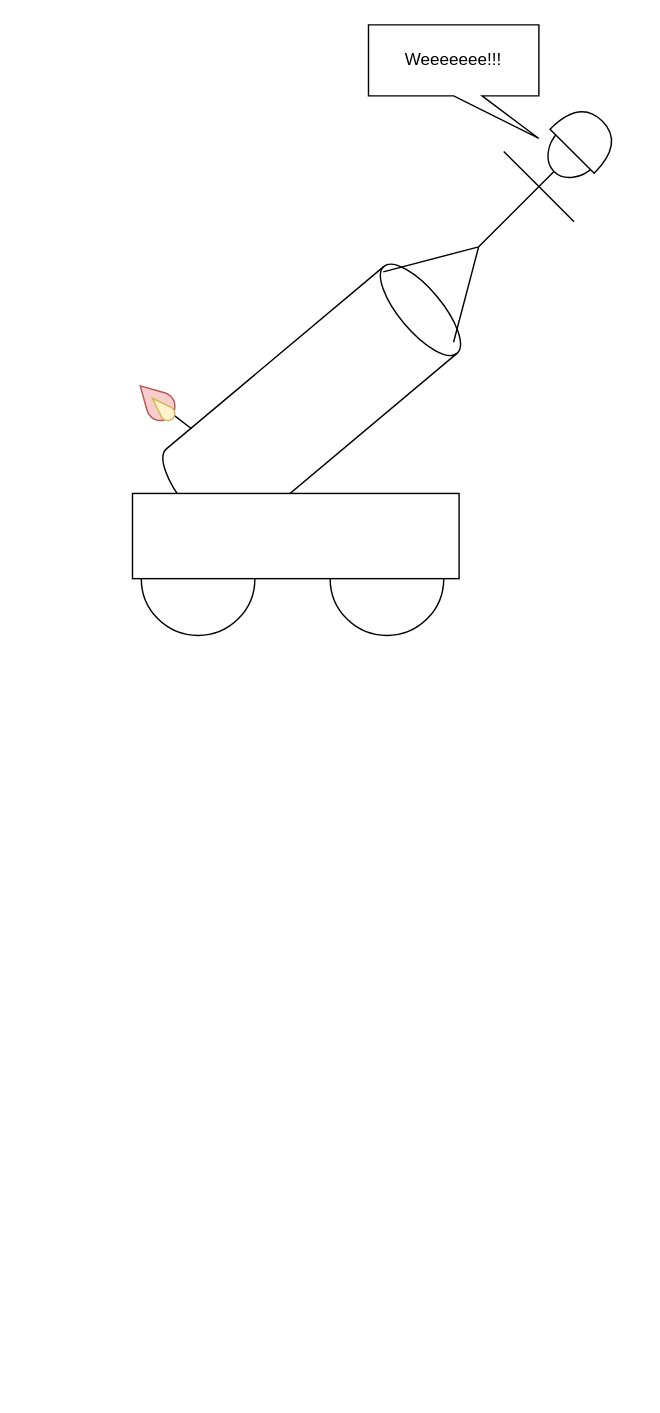
The draw.io diagram test.drawio in inaki-tno/wiki-test, before the edit. Source tidied: cells renumbered, new cells numbered last; positions are measured from the earlier drawing's top-left corner, leaving out a move shared by most shapes. Both pictures are drawn from the tidied source at 142%, with x=0, y=0 at pixel (132, 24).
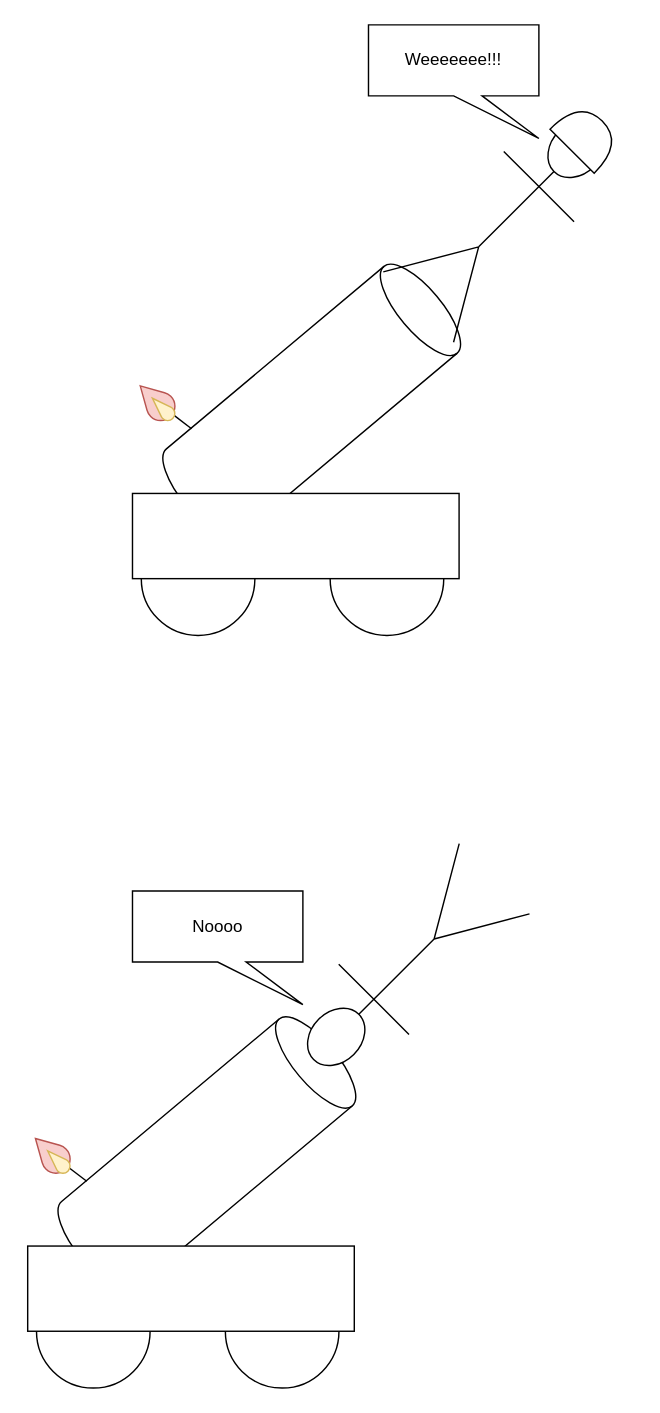
After the change.

The edit, as a diff of the source:
```diff
@@
+    <mxCell id="12" style="ellipse;whiteSpace=wrap;html=1;" parent="1" vertex="1">
+      <mxGeometry x="-67.8" y="880" width="80" height="80" as="geometry" />
+    </mxCell>
+    <mxCell id="13" style="shape=cylinder3;whiteSpace=wrap;html=1;boundedLbl=1;backgroundOutline=1;size=15;rotation=50;" parent="1" vertex="1">
+      <mxGeometry x="12.2" y="680" width="80" height="230" as="geometry" />
+    </mxCell>
+    <mxCell id="14" style="shape=umlActor;verticalLabelPosition=bottom;verticalAlign=top;html=1;rotation=-135;" parent="1" vertex="1">
+      <mxGeometry x="156" y="575" width="70" height="180" as="geometry" />
+    </mxCell>
+    <mxCell id="15" value="Noooo" style="shape=callout;whiteSpace=wrap;html=1;perimeter=calloutPerimeter;position2=1;" parent="1" vertex="1">
+      <mxGeometry x="-0.2" y="610" width="120" height="80" as="geometry" />
+    </mxCell>
+    <mxCell id="16" style="ellipse;whiteSpace=wrap;html=1;" parent="1" vertex="1">
+      <mxGeometry x="65.2" y="880" width="80" height="80" as="geometry" />
+    </mxCell>
+    <mxCell id="17" style="endArrow=none;html=1;entryX=0.006;entryY=0.836;entryDx=0;entryDy=0;entryPerimeter=0;" parent="1" edge="1" source="18" target="13">
+      <mxGeometry relative="1" as="geometry" />
+    </mxCell>
+    <mxCell id="18" style="verticalLabelPosition=bottom;verticalAlign=top;html=1;shape=mxgraph.basic.drop;rotation=-45;fillColor=#f8cecc;strokeColor=#b85450;" parent="1" vertex="1">
+      <mxGeometry x="-67.8" y="779.8" width="20" height="30.4" as="geometry" />
+    </mxCell>
+    <mxCell id="19" style="verticalLabelPosition=bottom;verticalAlign=top;html=1;shape=mxgraph.basic.drop;rotation=-45;fillColor=#fff2cc;strokeColor=#d6b656;" parent="1" vertex="1">
+      <mxGeometry x="-57.8" y="790" width="10" height="20.2" as="geometry" />
+    </mxCell>
+    <mxCell id="20" style="rounded=0;whiteSpace=wrap;html=1;" parent="1" vertex="1">
+      <mxGeometry x="-74" y="860" width="230" height="60" as="geometry" />
+    </mxCell>
```
